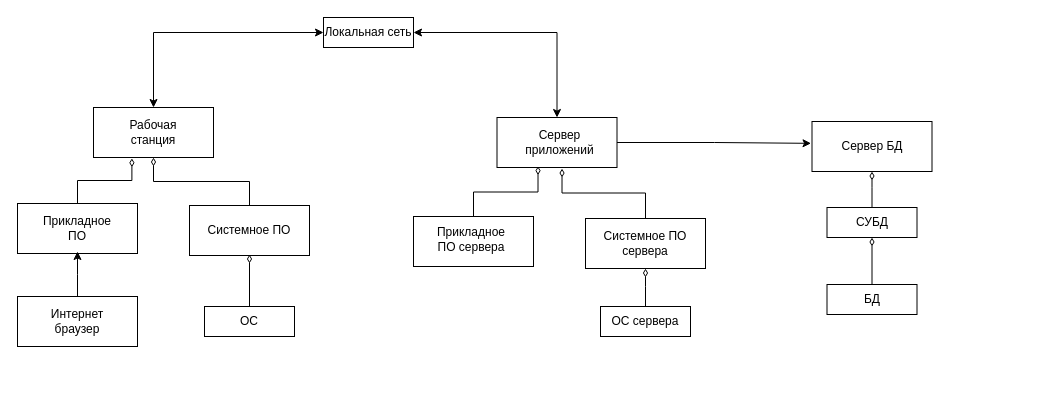
Earlier version of the draw.io diagram Проектная модель СЭ ПС.drawio (hiff0/db-city-council). Source tidied: cells renumbered, new cells numbered last; positions are measured from the earlier drawing's top-left corner, leaving out a move shared by most shapes. Both pictures are drawn from the tidied source at 100%, with x=0, y=0 at pixel (17, 17).
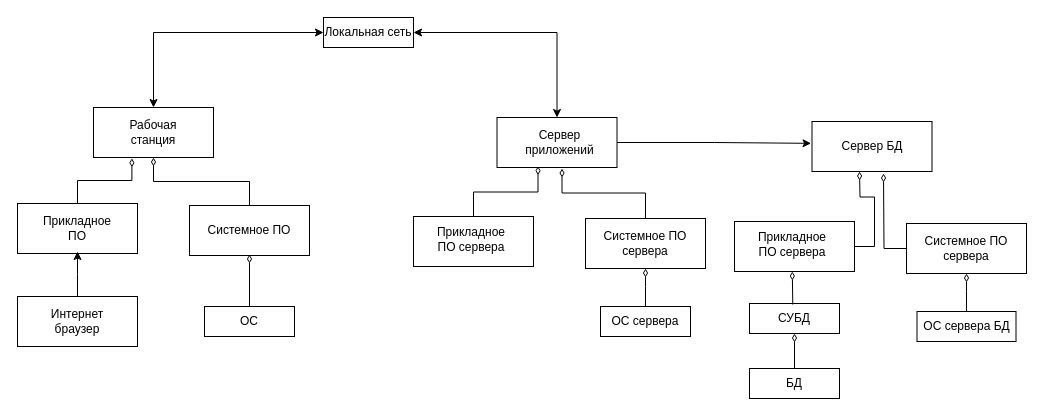
After the change.

The edit, as a diff of the source:
```diff
@@
     <mxCell id="21" value="&lt;font&gt;БД&lt;/font&gt;" style="text;html=1;align=center;verticalAlign=middle;whiteSpace=wrap;rounded=0;strokeColor=#000000;fontColor=#000000;" parent="1" vertex="1">
-      <mxGeometry x="809.5" y="267" width="90" height="30" as="geometry" />
+      <mxGeometry x="732" y="351" width="90" height="30" as="geometry" />
     </mxCell>
-    <mxCell id="22" style="edgeStyle=orthogonalEdgeStyle;rounded=0;jettySize=auto;html=1;endArrow=diamondThin;endFill=0;" parent="1" edge="1" source="23">
-      <mxGeometry relative="1" as="geometry">
-        <mxPoint x="854.5" y="154" as="targetPoint" />
-      </mxGeometry>
-    </mxCell>
     <mxCell id="23" value="&lt;font&gt;СУБД&lt;/font&gt;" style="text;html=1;align=center;verticalAlign=middle;whiteSpace=wrap;rounded=0;strokeColor=#000000;fontColor=#000000;" parent="1" vertex="1">
-      <mxGeometry x="809.5" y="190" width="90" height="30" as="geometry" />
+      <mxGeometry x="732" y="286" width="90" height="30" as="geometry" />
     </mxCell>
@@
+    <mxCell id="36" style="edgeStyle=orthogonalEdgeStyle;rounded=0;jettySize=auto;html=1;entryX=0.342;entryY=0.974;entryDx=0;entryDy=0;entryPerimeter=0;endArrow=diamondThin;endFill=0;" parent="1" edge="1" source="37">
+      <mxGeometry relative="1" as="geometry">
+        <mxPoint x="842" y="154" as="targetPoint" />
+      </mxGeometry>
+    </mxCell>
+    <mxCell id="37" style="rounded=0;whiteSpace=wrap;html=1;strokeColor=#000000;fillColor=none;fontColor=#000000;" parent="1" vertex="1">
+      <mxGeometry x="717" y="204" width="120" height="50" as="geometry" />
+    </mxCell>
+    <mxCell id="38" value="&lt;font&gt;Прикладное ПО сервера&lt;/font&gt;" style="text;html=1;align=center;verticalAlign=middle;whiteSpace=wrap;rounded=0;strokeColor=none;fontColor=#000000;" parent="1" vertex="1">
+      <mxGeometry x="730" y="212" width="90" height="30" as="geometry" />
+    </mxCell>
+    <mxCell id="39" style="edgeStyle=orthogonalEdgeStyle;rounded=0;jettySize=auto;html=1;entryX=0.542;entryY=1.021;entryDx=0;entryDy=0;entryPerimeter=0;endArrow=diamondThin;endFill=0;" parent="1" edge="1" source="40">
+      <mxGeometry relative="1" as="geometry">
+        <mxPoint x="866" y="156" as="targetPoint" />
+      </mxGeometry>
+    </mxCell>
+    <mxCell id="40" style="rounded=0;whiteSpace=wrap;html=1;strokeColor=#000000;fillColor=none;fontColor=#000000;" parent="1" vertex="1">
+      <mxGeometry x="889" y="206" width="120" height="50" as="geometry" />
+    </mxCell>
+    <mxCell id="41" value="&lt;font&gt;Системное ПО сервера&lt;/font&gt;" style="text;html=1;align=center;verticalAlign=middle;whiteSpace=wrap;rounded=0;strokeColor=none;fontColor=#000000;" parent="1" vertex="1">
+      <mxGeometry x="904" y="216" width="90" height="30" as="geometry" />
+    </mxCell>
+    <mxCell id="42" style="edgeStyle=orthogonalEdgeStyle;rounded=0;jettySize=auto;html=1;endArrow=diamondThin;endFill=0;" parent="1" edge="1" source="43">
+      <mxGeometry relative="1" as="geometry">
+        <mxPoint x="949" y="256" as="targetPoint" />
+      </mxGeometry>
+    </mxCell>
+    <mxCell id="43" value="&lt;font&gt;ОС сервера БД&lt;/font&gt;" style="text;html=1;align=center;verticalAlign=middle;whiteSpace=wrap;rounded=0;strokeColor=#000000;fontColor=#000000;" parent="1" vertex="1">
+      <mxGeometry x="899.5" y="294" width="99" height="30" as="geometry" />
+    </mxCell>
+    <mxCell id="44" style="edgeStyle=orthogonalEdgeStyle;rounded=0;orthogonalLoop=1;jettySize=auto;html=1;exitX=0.5;exitY=1;exitDx=0;exitDy=0;" parent="1" edge="1" source="43" target="43">
+      <mxGeometry relative="1" as="geometry" />
+    </mxCell>
+    <mxCell id="45" style="edgeStyle=orthogonalEdgeStyle;rounded=0;jettySize=auto;html=1;endArrow=diamondThin;endFill=0;exitX=0.481;exitY=0.035;exitDx=0;exitDy=0;exitPerimeter=0;" parent="1" edge="1" source="23">
+      <mxGeometry relative="1" as="geometry">
+        <mxPoint x="774.8" y="254" as="targetPoint" />
+      </mxGeometry>
+    </mxCell>
```
